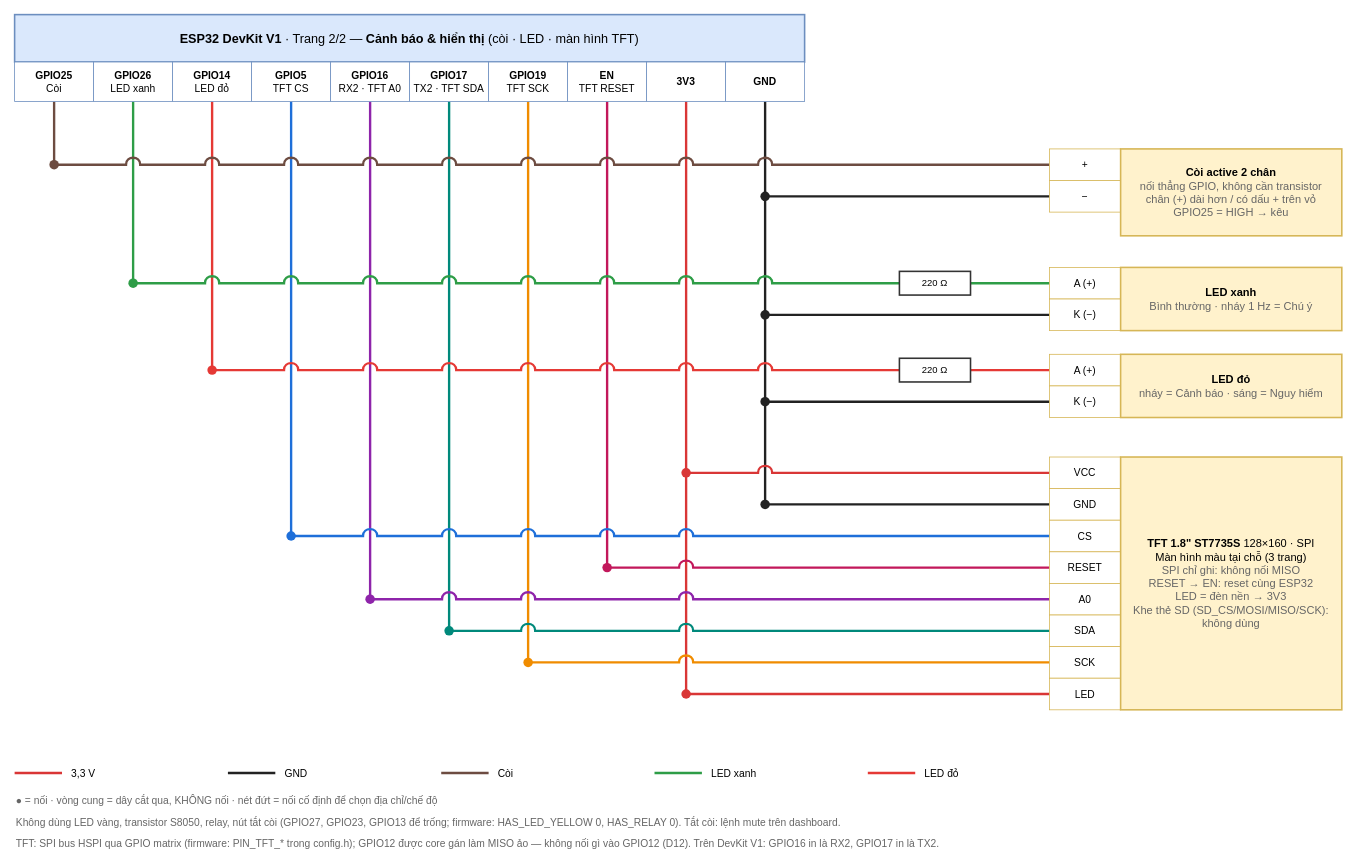
Above: page "2 - Canh bao + TFT" (2 of 2) of docs/hardware/wiring.drawio in danhle396/pythonnhung (draw.io), before the change. Source tidied: cells renumbered, new cells numbered last; positions are measured from the earlier drawing's top-left corner, leaving out a move shared by most shapes. Both pictures are drawn from the tidied source at 79%, with x=0, y=0 at pixel (14, 14).
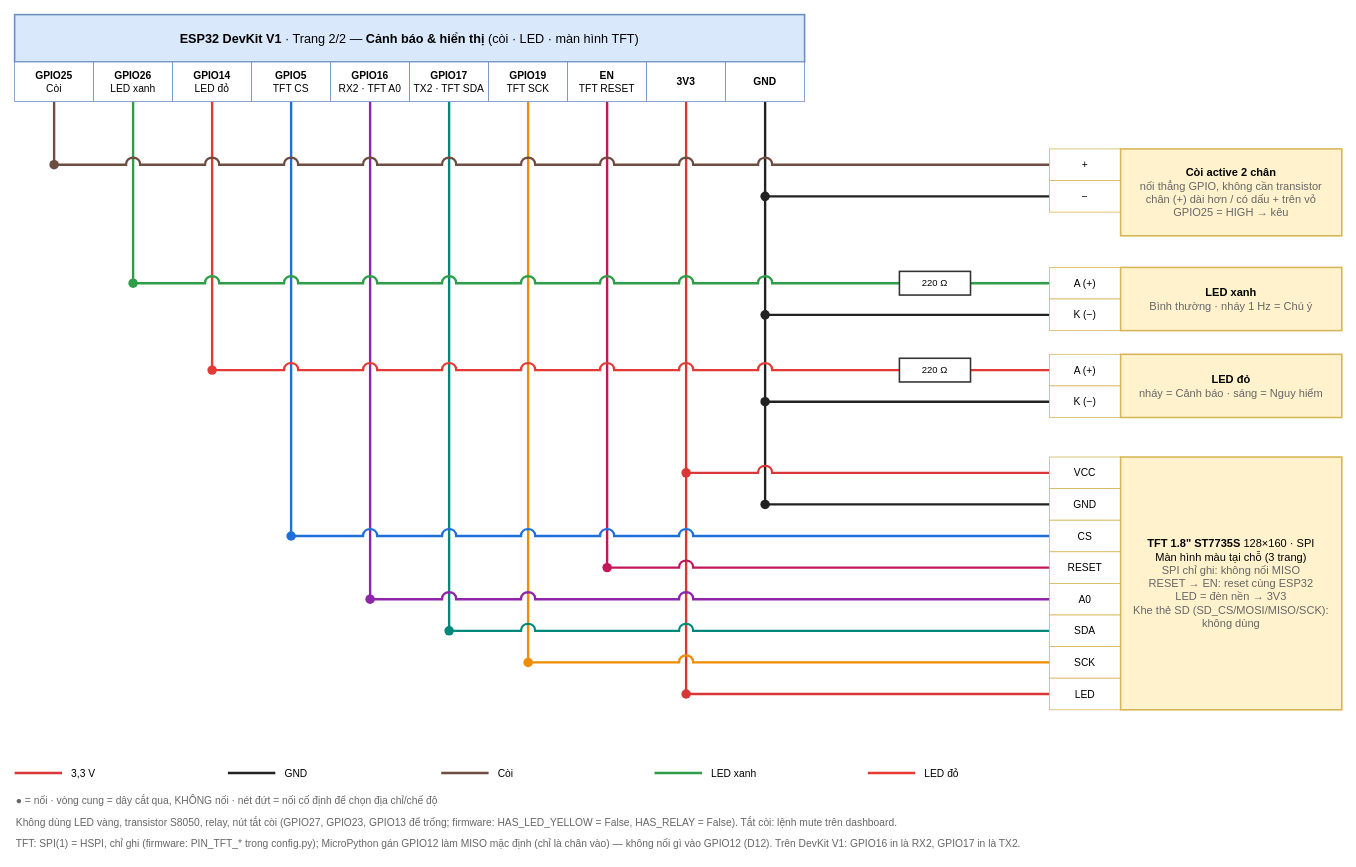
The same page after the edit.

Diff of the diagram source:
```diff
@@
-    <mxCell id="70" value="Không dùng LED vàng, transistor S8050, relay, nút tắt còi (GPIO27, GPIO23, GPIO13 để trống; firmware: HAS_LED_YELLOW 0, HAS_RELAY 0). Tắt còi: lệnh mute trên dashboard." style="text;html=1;align=left;verticalAlign=middle;fontSize=13;fontColor=#666666;" parent="1" vertex="1">
+    <mxCell id="70" value="Không dùng LED vàng, transistor S8050, relay, nút tắt còi (GPIO27, GPIO23, GPIO13 để trống; firmware: HAS_LED_YELLOW = False, HAS_RELAY = False). Tắt còi: lệnh mute trên dashboard." style="text;html=1;align=left;verticalAlign=middle;fontSize=13;fontColor=#666666;" parent="1" vertex="1">
       <mxGeometry y="1010" width="1300" height="26" as="geometry" />
     </mxCell>
-    <mxCell id="71" value="TFT: SPI bus HSPI qua GPIO matrix (firmware: PIN_TFT_* trong config.h); GPIO12 được core gán làm MISO ảo — không nối gì vào GPIO12 (D12). Trên DevKit V1: GPIO16 in là RX2, GPIO17 in là TX2." style="text;html=1;align=left;verticalAlign=middle;fontSize=13;fontColor=#666666;" parent="1" vertex="1">
+    <mxCell id="71" value="TFT: SPI(1) = HSPI, chỉ ghi (firmware: PIN_TFT_* trong config.py); MicroPython gán GPIO12 làm MISO mặc định (chỉ là chân vào) — không nối gì vào GPIO12 (D12). Trên DevKit V1: GPIO16 in là RX2, GPIO17 in là TX2." style="text;html=1;align=left;verticalAlign=middle;fontSize=13;fontColor=#666666;" parent="1" vertex="1">
       <mxGeometry y="1036" width="1300" height="26" as="geometry" />
     </mxCell>
```
